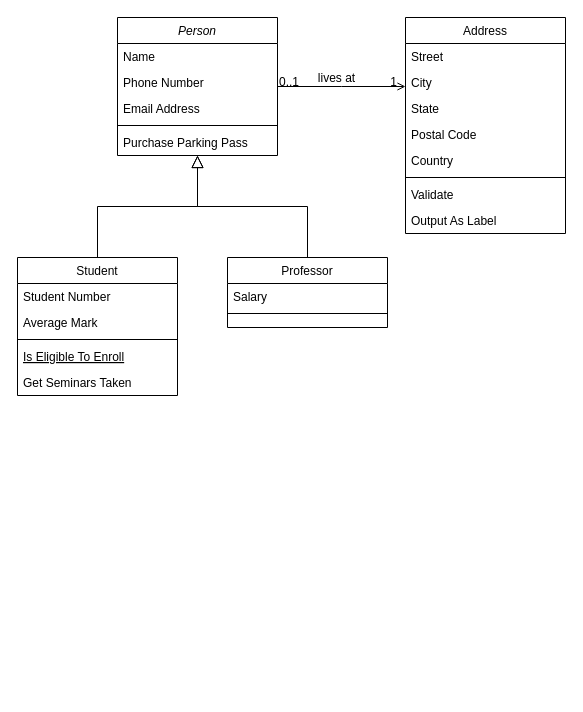
This is Diagrama sem nome.drawio from kenzomurata/aula-de-programacao, a draw.io file, before an edit. Source tidied: cells renumbered, new cells numbered last; positions are measured from the earlier drawing's top-left corner, leaving out a move shared by most shapes. Both pictures are drawn from the tidied source at 100%, with x=0, y=0 at pixel (17, 17).
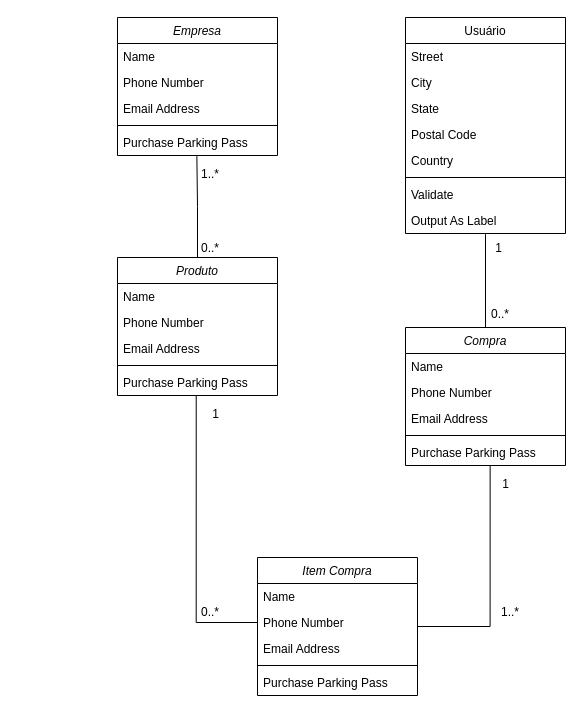
Above is the later version.

The change refers to these unchanged cells:
```xml
<mxCell id="7" value="Purchase Parking Pass" style="text;align=left;verticalAlign=top;spacingLeft=4;spacingRight=4;overflow=hidden;points=[[0,0.5],[1,0.5]];portConstraint=eastwest;" parent="2" vertex="1">
  <mxGeometry y="112" width="160" height="26" as="geometry" />
</mxCell>
<mxCell id="27" value="Output As Label" style="text;align=left;verticalAlign=top;spacingLeft=4;spacingRight=4;overflow=hidden;points=[[0,0.5],[1,0.5]];portConstraint=eastwest;" parent="19" vertex="1">
  <mxGeometry y="190" width="160" height="26" as="geometry" />
</mxCell>
```

Diff of the diagram source:
```diff
@@
-    <mxCell id="2" value="Person" style="swimlane;fontStyle=2;align=center;verticalAlign=top;horizontal=1;startSize=26;rounded=0;shadow=0;strokeWidth=1;" parent="1" vertex="1">
+    <mxCell id="2" value="Empresa" style="swimlane;fontStyle=2;align=center;verticalAlign=top;horizontal=1;startSize=26;rounded=0;shadow=0;strokeWidth=1;" parent="1" vertex="1">
       <mxGeometry x="100" width="160" height="138" as="geometry" />
     </mxCell>
@@
-    <mxCell id="8" value="Student" style="swimlane;fontStyle=0;align=center;verticalAlign=top;horizontal=1;startSize=26;rounded=0;shadow=0;strokeWidth=1;" parent="1" vertex="1">
-      <mxGeometry y="240" width="160" height="138" as="geometry" />
-    </mxCell>
-    <mxCell id="9" value="Student Number" style="text;align=left;verticalAlign=top;spacingLeft=4;spacingRight=4;overflow=hidden;" parent="8" vertex="1">
-      <mxGeometry y="26" width="160" height="26" as="geometry" />
-    </mxCell>
-    <mxCell id="10" value="Average Mark" style="text;align=left;verticalAlign=top;spacingLeft=4;spacingRight=4;overflow=hidden;rounded=0;shadow=0;html=0;" parent="8" vertex="1">
-      <mxGeometry y="52" width="160" height="26" as="geometry" />
-    </mxCell>
-    <mxCell id="11" style="line;html=1;strokeWidth=1;align=left;verticalAlign=middle;spacingTop=-1;spacingLeft=3;spacingRight=3;labelPosition=right;" parent="8" vertex="1">
-      <mxGeometry y="78" width="160" height="8" as="geometry" />
-    </mxCell>
-    <mxCell id="12" value="Is Eligible To Enroll" style="text;align=left;verticalAlign=top;spacingLeft=4;spacingRight=4;overflow=hidden;fontStyle=4;" parent="8" vertex="1">
-      <mxGeometry y="86" width="160" height="26" as="geometry" />
-    </mxCell>
-    <mxCell id="13" value="Get Seminars Taken" style="text;align=left;verticalAlign=top;spacingLeft=4;spacingRight=4;overflow=hidden;" parent="8" vertex="1">
-      <mxGeometry y="112" width="160" height="26" as="geometry" />
-    </mxCell>
-    <mxCell id="14" style="endArrow=block;endSize=10;endFill=0;shadow=0;strokeWidth=1;rounded=0;edgeStyle=elbowEdgeStyle;elbow=vertical;" parent="1" edge="1" source="8" target="2">
-      <mxGeometry relative="1" as="geometry" />
-    </mxCell>
-    <mxCell id="15" value="Professor" style="swimlane;fontStyle=0;align=center;verticalAlign=top;horizontal=1;startSize=26;rounded=0;shadow=0;strokeWidth=1;" parent="1" vertex="1">
-      <mxGeometry x="210" y="240" width="160" height="70" as="geometry" />
-    </mxCell>
-    <mxCell id="16" value="Salary" style="text;align=left;verticalAlign=top;spacingLeft=4;spacingRight=4;overflow=hidden;" parent="15" vertex="1">
-      <mxGeometry y="26" width="160" height="26" as="geometry" />
-    </mxCell>
-    <mxCell id="17" style="line;html=1;strokeWidth=1;align=left;verticalAlign=middle;spacingTop=-1;spacingLeft=3;spacingRight=3;labelPosition=right;" parent="15" vertex="1">
-      <mxGeometry y="52" width="160" height="8" as="geometry" />
-    </mxCell>
-    <mxCell id="18" style="endArrow=block;endSize=10;endFill=0;shadow=0;strokeWidth=1;rounded=0;edgeStyle=elbowEdgeStyle;elbow=vertical;" parent="1" edge="1" source="15" target="2">
-      <mxGeometry relative="1" as="geometry" />
-    </mxCell>
-    <mxCell id="19" value="Address" style="swimlane;fontStyle=0;align=center;verticalAlign=top;horizontal=1;startSize=26;rounded=0;shadow=0;strokeWidth=1;" parent="1" vertex="1">
+    <mxCell id="19" value="Usuário" style="swimlane;fontStyle=0;align=center;verticalAlign=top;horizontal=1;startSize=26;rounded=0;shadow=0;strokeWidth=1;" parent="1" vertex="1">
       <mxGeometry x="388" width="160" height="216" as="geometry" />
     </mxCell>
@@
-    <mxCell id="28" style="endArrow=open;shadow=0;strokeWidth=1;rounded=0;endFill=1;edgeStyle=elbowEdgeStyle;elbow=vertical;" parent="1" edge="1" source="2" target="19">
-      <mxGeometry x="0.5" y="41" relative="1" as="geometry">
-        <mxPoint x="-40" y="32" as="offset" />
-      </mxGeometry>
-    </mxCell>
-    <mxCell id="29" value="0..1" style="align=left;verticalAlign=bottom;labelBackgroundColor=none;fontSize=12;" parent="28" vertex="1">
-      <mxGeometry x="-1" relative="1" as="geometry">
-        <mxPoint y="4" as="offset" />
-      </mxGeometry>
-    </mxCell>
-    <mxCell id="30" value="1" style="align=right;verticalAlign=bottom;labelBackgroundColor=none;fontSize=12;" parent="28" vertex="1">
-      <mxGeometry x="1" relative="1" as="geometry">
-        <mxPoint x="-7" y="4" as="offset" />
-      </mxGeometry>
-    </mxCell>
-    <mxCell id="31" value="lives at" style="text;html=1;align=center;verticalAlign=middle;labelBackgroundColor=none;rounded=0;shadow=0;strokeWidth=1;fontSize=12;" parent="28" vertex="1">
-      <mxGeometry x="0.5" y="49" relative="1" as="geometry">
-        <mxPoint x="-38" y="40" as="offset" />
-      </mxGeometry>
-    </mxCell>
+    <mxCell id="32" style="edgeStyle=orthogonalEdgeStyle;rounded=0;jettySize=auto;html=1;exitX=0.5;exitY=0;exitDx=0;exitDy=0;entryX=0.496;entryY=1.026;entryDx=0;entryDy=0;entryPerimeter=0;endArrow=none;endFill=0;" parent="1" edge="1" source="33" target="7">
+      <mxGeometry relative="1" as="geometry" />
+    </mxCell>
+    <mxCell id="33" value="Produto" style="swimlane;fontStyle=2;align=center;verticalAlign=top;horizontal=1;startSize=26;rounded=0;shadow=0;strokeWidth=1;" parent="1" vertex="1">
+      <mxGeometry x="100" y="240" width="160" height="138" as="geometry" />
+    </mxCell>
+    <mxCell id="34" value="Name" style="text;align=left;verticalAlign=top;spacingLeft=4;spacingRight=4;overflow=hidden;" parent="33" vertex="1">
+      <mxGeometry y="26" width="160" height="26" as="geometry" />
+    </mxCell>
+    <mxCell id="35" value="Phone Number" style="text;align=left;verticalAlign=top;spacingLeft=4;spacingRight=4;overflow=hidden;rounded=0;shadow=0;html=0;" parent="33" vertex="1">
+      <mxGeometry y="52" width="160" height="26" as="geometry" />
+    </mxCell>
+    <mxCell id="36" value="Email Address" style="text;align=left;verticalAlign=top;spacingLeft=4;spacingRight=4;overflow=hidden;rounded=0;shadow=0;html=0;" parent="33" vertex="1">
+      <mxGeometry y="78" width="160" height="26" as="geometry" />
+    </mxCell>
+    <mxCell id="37" style="line;html=1;strokeWidth=1;align=left;verticalAlign=middle;spacingTop=-1;spacingLeft=3;spacingRight=3;labelPosition=right;" parent="33" vertex="1">
+      <mxGeometry y="104" width="160" height="8" as="geometry" />
+    </mxCell>
+    <mxCell id="38" value="Purchase Parking Pass" style="text;align=left;verticalAlign=top;spacingLeft=4;spacingRight=4;overflow=hidden;points=[[0,0.5],[1,0.5]];portConstraint=eastwest;" parent="33" vertex="1">
+      <mxGeometry y="112" width="160" height="26" as="geometry" />
+    </mxCell>
+    <mxCell id="39" style="rounded=0;jettySize=auto;html=1;exitX=0.5;exitY=0;exitDx=0;exitDy=0;entryX=0.5;entryY=1.026;entryDx=0;entryDy=0;entryPerimeter=0;strokeColor=default;endArrow=none;endFill=0;startArrow=none;startFill=0;labelPosition=right;verticalLabelPosition=top;align=left;verticalAlign=bottom;" parent="1" edge="1" source="40" target="27">
+      <mxGeometry relative="1" as="geometry" />
+    </mxCell>
+    <mxCell id="40" value="Compra" style="swimlane;fontStyle=2;align=center;verticalAlign=top;horizontal=1;startSize=26;rounded=0;shadow=0;strokeWidth=1;" parent="1" vertex="1">
+      <mxGeometry x="388" y="310" width="160" height="138" as="geometry" />
+    </mxCell>
+    <mxCell id="41" value="Name" style="text;align=left;verticalAlign=top;spacingLeft=4;spacingRight=4;overflow=hidden;" parent="40" vertex="1">
+      <mxGeometry y="26" width="160" height="26" as="geometry" />
+    </mxCell>
+    <mxCell id="42" value="Phone Number" style="text;align=left;verticalAlign=top;spacingLeft=4;spacingRight=4;overflow=hidden;rounded=0;shadow=0;html=0;" parent="40" vertex="1">
+      <mxGeometry y="52" width="160" height="26" as="geometry" />
+    </mxCell>
+    <mxCell id="43" value="Email Address" style="text;align=left;verticalAlign=top;spacingLeft=4;spacingRight=4;overflow=hidden;rounded=0;shadow=0;html=0;" parent="40" vertex="1">
+      <mxGeometry y="78" width="160" height="26" as="geometry" />
+    </mxCell>
+    <mxCell id="44" style="line;html=1;strokeWidth=1;align=left;verticalAlign=middle;spacingTop=-1;spacingLeft=3;spacingRight=3;labelPosition=right;" parent="40" vertex="1">
+      <mxGeometry y="104" width="160" height="8" as="geometry" />
+    </mxCell>
+    <mxCell id="45" value="Purchase Parking Pass" style="text;align=left;verticalAlign=top;spacingLeft=4;spacingRight=4;overflow=hidden;points=[[0,0.5],[1,0.5]];portConstraint=eastwest;" parent="40" vertex="1">
+      <mxGeometry y="112" width="160" height="26" as="geometry" />
+    </mxCell>
+    <mxCell id="46" value="1" style="align=right;verticalAlign=bottom;labelBackgroundColor=none;fontSize=12;" parent="1" vertex="1">
+      <mxGeometry x="363" y="84" as="geometry">
+        <mxPoint x="123" y="155" as="offset" />
+      </mxGeometry>
+    </mxCell>
+    <mxCell id="47" style="edgeStyle=orthogonalEdgeStyle;rounded=0;jettySize=auto;html=1;exitX=1;exitY=0.5;exitDx=0;exitDy=0;entryX=0.529;entryY=1;entryDx=0;entryDy=0;entryPerimeter=0;endArrow=none;endFill=0;" parent="1" edge="1" source="48" target="45">
+      <mxGeometry relative="1" as="geometry" />
+    </mxCell>
+    <mxCell id="48" value="Item Compra" style="swimlane;fontStyle=2;align=center;verticalAlign=top;horizontal=1;startSize=26;rounded=0;shadow=0;strokeWidth=1;" parent="1" vertex="1">
+      <mxGeometry x="240" y="540" width="160" height="138" as="geometry" />
+    </mxCell>
+    <mxCell id="49" value="Name" style="text;align=left;verticalAlign=top;spacingLeft=4;spacingRight=4;overflow=hidden;" parent="48" vertex="1">
+      <mxGeometry y="26" width="160" height="26" as="geometry" />
+    </mxCell>
+    <mxCell id="50" value="Phone Number" style="text;align=left;verticalAlign=top;spacingLeft=4;spacingRight=4;overflow=hidden;points=[[0,0.5],[1,0.5]];portConstraint=eastwest;rounded=0;shadow=0;html=0;" parent="48" vertex="1">
+      <mxGeometry y="52" width="160" height="26" as="geometry" />
+    </mxCell>
+    <mxCell id="51" value="Email Address" style="text;align=left;verticalAlign=top;spacingLeft=4;spacingRight=4;overflow=hidden;rounded=0;shadow=0;html=0;" parent="48" vertex="1">
+      <mxGeometry y="78" width="160" height="26" as="geometry" />
+    </mxCell>
+    <mxCell id="52" style="line;html=1;strokeWidth=1;align=left;verticalAlign=middle;spacingTop=-1;spacingLeft=3;spacingRight=3;labelPosition=right;" parent="48" vertex="1">
+      <mxGeometry y="104" width="160" height="8" as="geometry" />
+    </mxCell>
+    <mxCell id="53" value="Purchase Parking Pass" style="text;align=left;verticalAlign=top;spacingLeft=4;spacingRight=4;overflow=hidden;" parent="48" vertex="1">
+      <mxGeometry y="112" width="160" height="26" as="geometry" />
+    </mxCell>
+    <mxCell id="54" value="1..*" style="align=right;verticalAlign=bottom;labelBackgroundColor=none;fontSize=12;" parent="1" vertex="1">
+      <mxGeometry x="380" y="448" as="geometry">
+        <mxPoint x="123" y="155" as="offset" />
+      </mxGeometry>
+    </mxCell>
+    <mxCell id="55" style="edgeStyle=orthogonalEdgeStyle;rounded=0;jettySize=auto;html=1;exitX=0;exitY=0.5;exitDx=0;exitDy=0;entryX=0.492;entryY=1;entryDx=0;entryDy=0;entryPerimeter=0;endArrow=none;endFill=0;" parent="1" edge="1" source="50" target="38">
+      <mxGeometry relative="1" as="geometry" />
+    </mxCell>
+    <mxCell id="56" value="1" style="align=right;verticalAlign=bottom;labelBackgroundColor=none;fontSize=12;" parent="1" vertex="1">
+      <mxGeometry x="80" y="250" as="geometry">
+        <mxPoint x="123" y="155" as="offset" />
+      </mxGeometry>
+    </mxCell>
+    <mxCell id="57" value="1..*" style="align=right;verticalAlign=bottom;labelBackgroundColor=none;fontSize=12;" parent="1" vertex="1">
+      <mxGeometry x="80" y="10" as="geometry">
+        <mxPoint x="123" y="155" as="offset" />
+      </mxGeometry>
+    </mxCell>
+    <mxCell id="58" value="0..*" style="align=right;verticalAlign=bottom;labelBackgroundColor=none;fontSize=12;" parent="1" vertex="1">
+      <mxGeometry x="80" y="84" as="geometry">
+        <mxPoint x="123" y="155" as="offset" />
+      </mxGeometry>
+    </mxCell>
+    <mxCell id="59" value="0..*" style="align=right;verticalAlign=bottom;labelBackgroundColor=none;fontSize=12;" parent="1" vertex="1">
+      <mxGeometry x="370" y="150" as="geometry">
+        <mxPoint x="123" y="155" as="offset" />
+      </mxGeometry>
+    </mxCell>
+    <mxCell id="60" value="0..*" style="align=right;verticalAlign=bottom;labelBackgroundColor=none;fontSize=12;" parent="1" vertex="1">
+      <mxGeometry x="80" y="448" as="geometry">
+        <mxPoint x="123" y="155" as="offset" />
+      </mxGeometry>
+    </mxCell>
+    <mxCell id="61" value="1" style="align=right;verticalAlign=bottom;labelBackgroundColor=none;fontSize=12;" parent="1" vertex="1">
+      <mxGeometry x="370" y="320" as="geometry">
+        <mxPoint x="123" y="155" as="offset" />
+      </mxGeometry>
+    </mxCell>
```
